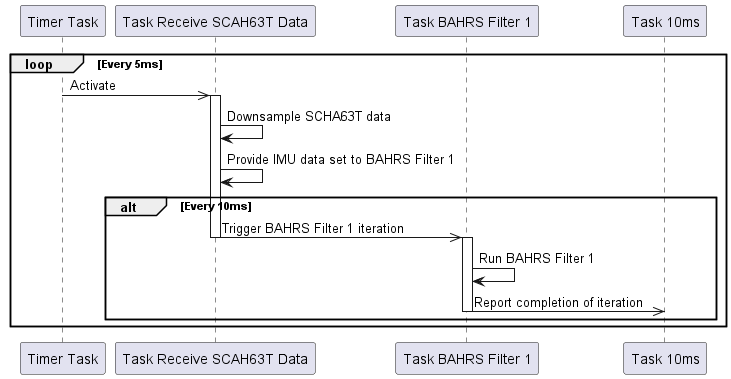
Before: docs/inline_umlgraph_2.png, a diagram exported from PlantUML (euler-nav/bahrs-arch-docs). Source of this version:
```plantuml
@startuml inline_umlgraph_2.png
participant "Timer Task" as TimerTask
participant "Task Receive SCAH63T Data" as Scha63TTask
participant "Task BAHRS Filter 1" as BahrsFilter1
participant "Task 10ms" as Task10ms

loop Every 5ms
    TimerTask ->> Scha63TTask: Activate

    activate Scha63TTask
    Scha63TTask -> Scha63TTask: Downsample SCHA63T data
    Scha63TTask -> Scha63TTask: Provide IMU data set to BAHRS Filter 1

    alt Every 10ms
        Scha63TTask ->> BahrsFilter1: Trigger BAHRS Filter 1 iteration
        deactivate Scha63TTask
        activate BahrsFilter1
        BahrsFilter1 -> BahrsFilter1: Run BAHRS Filter 1
        BahrsFilter1 ->> Task10ms: Report completion of iteration
        deactivate BahrsFilter1
    end
end
@enduml
```
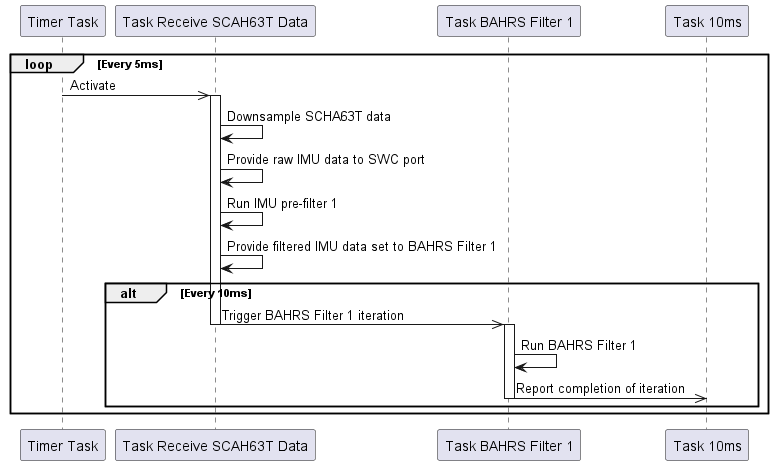
The same file after the commit.

Change to the diagram source:
```diff
@@ -9,7 +9,9 @@
 
     activate Scha63TTask
     Scha63TTask -> Scha63TTask: Downsample SCHA63T data
-    Scha63TTask -> Scha63TTask: Provide IMU data set to BAHRS Filter 1
+    Scha63TTask -> Scha63TTask: Provide raw IMU data to SWC port
+    Scha63TTask -> Scha63TTask: Run IMU pre-filter 1
+    Scha63TTask -> Scha63TTask: Provide filtered IMU data set to BAHRS Filter 1
 
     alt Every 10ms
         Scha63TTask ->> BahrsFilter1: Trigger BAHRS Filter 1 iteration
```
